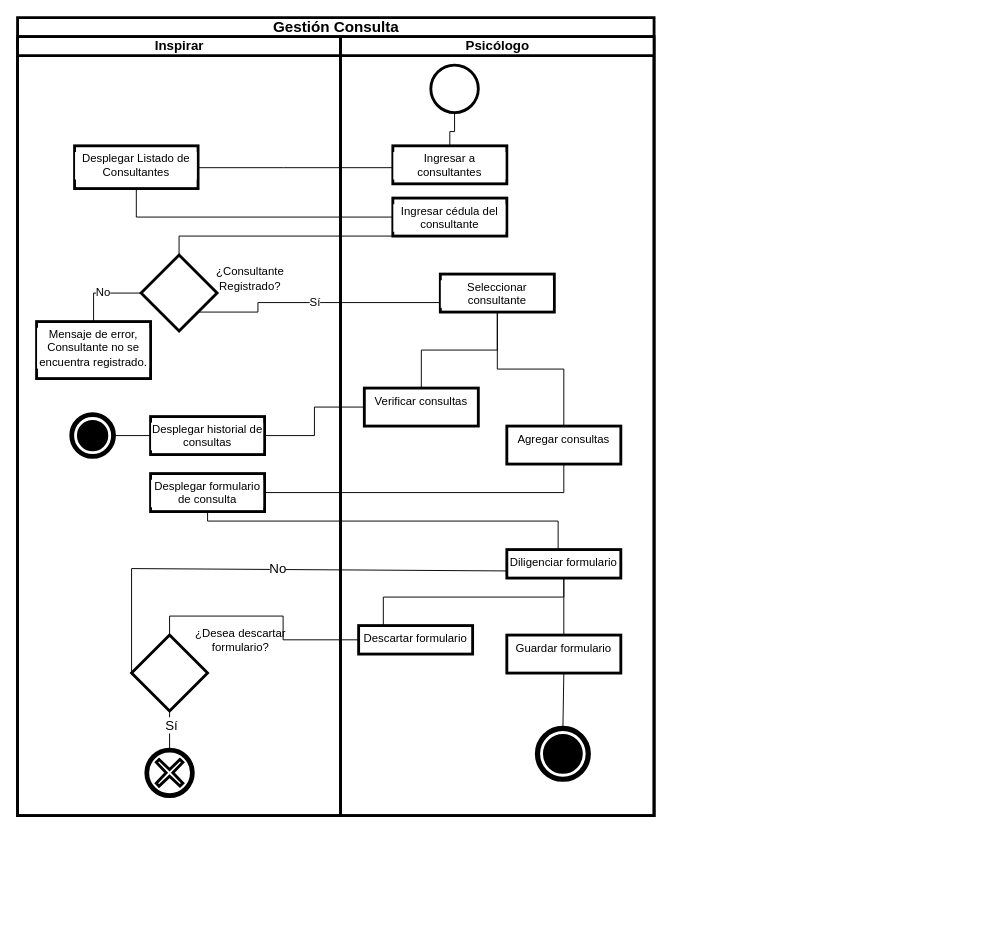
This is page "Diagrama de actividades" (7 of 7) of Diagramas/Untitled Diagram.drawio from MitzyMo/Diagramas, a draw.io file, before an edit. Source tidied: cells renumbered, new cells numbered last; positions are measured from the earlier drawing's top-left corner, leaving out a move shared by most shapes. Both pictures are drawn from the tidied source at 95%, with x=0, y=0 at pixel (17, 17).
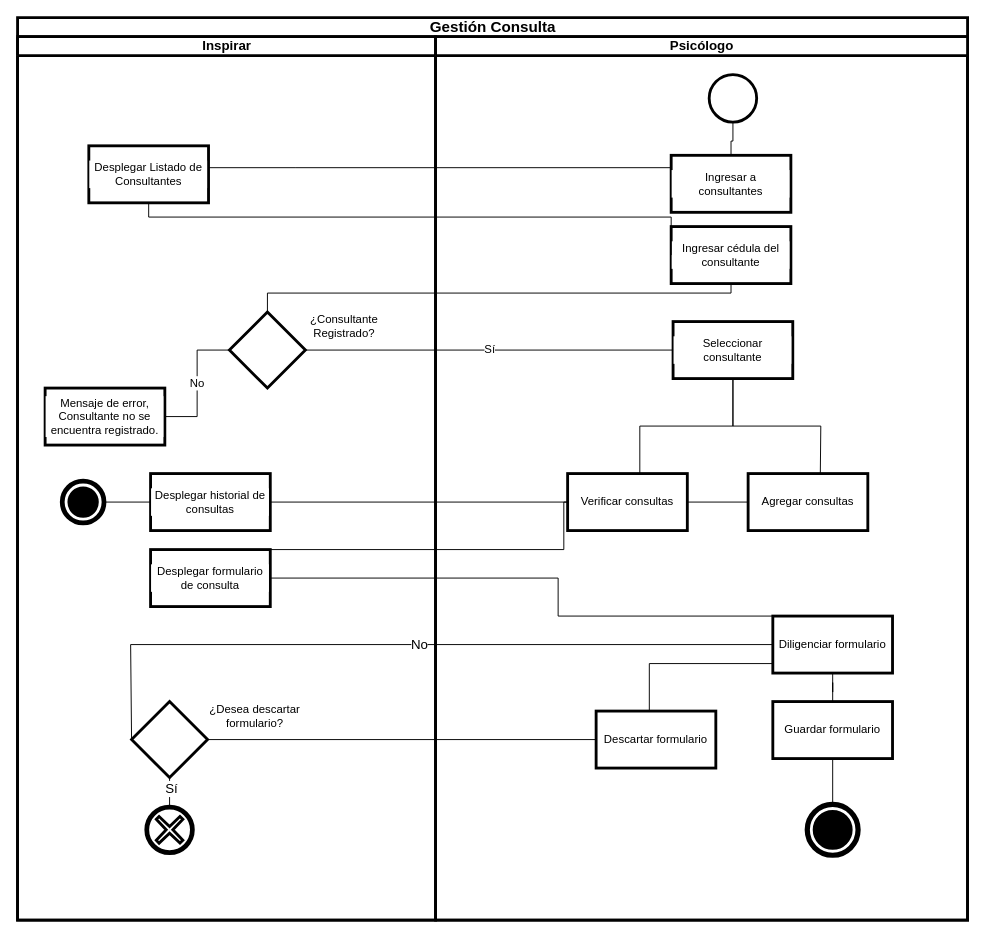
The same page after the edit.

What changed in the source:
```diff
@@
     <mxCell id="2" value="Gestión Consulta" style="swimlane;html=1;startSize=20;fontSize=16;strokeWidth=3;" parent="1" vertex="1">
-      <mxGeometry width="670" height="840" as="geometry" />
+      <mxGeometry width="1000" height="950" as="geometry" />
     </mxCell>
-    <mxCell id="3" style="edgeStyle=orthogonalEdgeStyle;rounded=0;jettySize=auto;html=1;fontSize=12;endArrow=none;endFill=0;" parent="2" edge="1" source="30" target="11">
-      <mxGeometry relative="1" as="geometry">
-        <Array as="points">
-          <mxPoint x="280" y="158" />
-          <mxPoint x="280" y="158" />
-        </Array>
-      </mxGeometry>
-    </mxCell>
-    <mxCell id="4" style="edgeStyle=orthogonalEdgeStyle;rounded=0;jettySize=auto;html=1;fontSize=12;endArrow=none;endFill=0;exitX=0.5;exitY=1;exitDx=0;exitDy=0;entryX=0;entryY=0.5;entryDx=0;entryDy=0;" parent="2" edge="1" source="11" target="31">
-      <mxGeometry relative="1" as="geometry">
-        <Array as="points">
-          <mxPoint x="125" y="210" />
-        </Array>
-      </mxGeometry>
-    </mxCell>
-    <mxCell id="5" style="edgeStyle=orthogonalEdgeStyle;rounded=0;jettySize=auto;html=1;fontSize=12;endArrow=none;endFill=0;entryX=0.5;entryY=0;entryDx=0;entryDy=0;" parent="2" edge="1" source="31" target="13">
-      <mxGeometry relative="1" as="geometry">
-        <Array as="points">
-          <mxPoint x="170" y="230" />
-        </Array>
-      </mxGeometry>
-    </mxCell>
-    <mxCell id="6" value="Sí" style="edgeStyle=orthogonalEdgeStyle;rounded=0;jettySize=auto;html=1;fontSize=12;endArrow=none;endFill=0;" parent="2" edge="1" source="13" target="33">
-      <mxGeometry relative="1" as="geometry">
-        <Array as="points">
-          <mxPoint x="253" y="310" />
-          <mxPoint x="253" y="300" />
-        </Array>
-      </mxGeometry>
-    </mxCell>
-    <mxCell id="7" style="edgeStyle=orthogonalEdgeStyle;rounded=0;jettySize=auto;html=1;fontSize=14;endArrow=none;endFill=0;" parent="2" edge="1" source="35" target="17">
+    <mxCell id="7" style="edgeStyle=orthogonalEdgeStyle;rounded=0;jettySize=auto;html=1;fontSize=14;endArrow=none;endFill=0;align=center;verticalAlign=middle;" parent="2" edge="1" source="35" target="17">
       <mxGeometry relative="1" as="geometry" />
     </mxCell>
-    <mxCell id="8" style="edgeStyle=orthogonalEdgeStyle;rounded=0;jettySize=auto;html=1;fontSize=14;endArrow=none;endFill=0;" parent="2" edge="1" source="36" target="20">
+    <mxCell id="8" style="edgeStyle=orthogonalEdgeStyle;rounded=0;jettySize=auto;html=1;fontSize=14;endArrow=none;endFill=0;align=center;verticalAlign=middle;" parent="2" edge="1" source="36" target="20">
       <mxGeometry relative="1" as="geometry">
         <Array as="points">
-          <mxPoint x="575" y="500" />
+          <mxPoint x="575" y="560" />
         </Array>
       </mxGeometry>
     </mxCell>
-    <mxCell id="9" style="edgeStyle=orthogonalEdgeStyle;rounded=0;jettySize=auto;html=1;fontSize=14;endArrow=none;endFill=0;entryX=0.5;entryY=0;entryDx=0;entryDy=0;" parent="2" edge="1" source="20" target="39">
+    <mxCell id="9" style="edgeStyle=orthogonalEdgeStyle;rounded=0;jettySize=auto;html=1;fontSize=14;endArrow=none;endFill=0;entryX=0.5;entryY=0;entryDx=0;entryDy=0;align=center;verticalAlign=middle;" parent="2" edge="1" source="20" target="39">
       <mxGeometry relative="1" as="geometry">
         <Array as="points">
-          <mxPoint x="200" y="530" />
-          <mxPoint x="569" y="530" />
-          <mxPoint x="569" y="560" />
+          <mxPoint x="200" y="590" />
+          <mxPoint x="569" y="590" />
+          <mxPoint x="569" y="620" />
         </Array>
       </mxGeometry>
     </mxCell>
+    <mxCell id="45" style="endArrow=none;html=1;rounded=0;fontSize=14;entryX=0;entryY=0.5;entryDx=0;entryDy=0;exitX=0;exitY=0.5;exitDx=0;exitDy=0;align=center;verticalAlign=middle;" parent="2" edge="1" source="22" target="39">
+      <mxGeometry relative="1" as="geometry">
+        <Array as="points">
+          <mxPoint x="119" y="660" />
+        </Array>
+      </mxGeometry>
+    </mxCell>
+    <mxCell id="46" value="No" style="edgeLabel;html=1;align=center;verticalAlign=middle;fontSize=14;" parent="45" vertex="1">
+      <mxGeometry x="0.04" y="1" relative="1" as="geometry" />
+    </mxCell>
     <mxCell id="10" value="Inspirar" style="swimlane;html=1;startSize=20;fontSize=14;strokeWidth=3;" parent="2" vertex="1">
-      <mxGeometry y="20" width="340" height="820" as="geometry" />
+      <mxGeometry y="20" width="440" height="930" as="geometry" />
     </mxCell>
-    <mxCell id="11" value="Desplegar Listado de Consultantes" style="whiteSpace=wrap;html=1;fontSize=12;verticalAlign=top;labelBackgroundColor=#ffffff;strokeWidth=3;" parent="10" vertex="1">
-      <mxGeometry x="60" y="115" width="130" height="45" as="geometry" />
+    <mxCell id="11" value="Desplegar Listado de Consultantes" style="whiteSpace=wrap;html=1;fontSize=12;verticalAlign=middle;labelBackgroundColor=#ffffff;strokeWidth=3;align=center;" parent="10" vertex="1">
+      <mxGeometry x="75" y="115" width="126" height="60" as="geometry" />
     </mxCell>
-    <mxCell id="12" value="No" style="edgeStyle=orthogonalEdgeStyle;rounded=0;jettySize=auto;html=1;fontSize=12;endArrow=none;endFill=0;exitX=0;exitY=0.5;exitDx=0;exitDy=0;" parent="10" edge="1" source="13" target="14">
+    <mxCell id="12" value="No" style="edgeStyle=orthogonalEdgeStyle;rounded=0;jettySize=auto;html=1;fontSize=12;endArrow=none;endFill=0;exitX=0;exitY=0.5;exitDx=0;exitDy=0;align=center;verticalAlign=middle;" parent="10" edge="1" source="13" target="14">
       <mxGeometry relative="1" as="geometry" />
     </mxCell>
-    <mxCell id="13" style="rhombus;whiteSpace=wrap;html=1;fontSize=12;verticalAlign=top;labelBackgroundColor=#ffffff;strokeWidth=3;" parent="10" vertex="1">
-      <mxGeometry x="130" y="230" width="80" height="80" as="geometry" />
+    <mxCell id="13" style="rhombus;whiteSpace=wrap;html=1;fontSize=12;verticalAlign=middle;labelBackgroundColor=#ffffff;strokeWidth=3;align=center;" parent="10" vertex="1">
+      <mxGeometry x="223" y="290" width="80" height="80" as="geometry" />
     </mxCell>
-    <mxCell id="14" value="Mensaje de error, Consultante no se encuentra registrado." style="whiteSpace=wrap;html=1;fontSize=12;verticalAlign=top;labelBackgroundColor=#ffffff;strokeWidth=3;" parent="10" vertex="1">
-      <mxGeometry x="20" y="300" width="120" height="60" as="geometry" />
+    <mxCell id="14" value="Mensaje de error, Consultante no se encuentra registrado." style="whiteSpace=wrap;html=1;fontSize=12;verticalAlign=middle;labelBackgroundColor=#ffffff;strokeWidth=3;align=center;" parent="10" vertex="1">
+      <mxGeometry x="29" y="370" width="126" height="60" as="geometry" />
     </mxCell>
     <mxCell id="15" value="¿Consultante Registrado?" style="text;html=1;strokeColor=none;fillColor=none;align=center;verticalAlign=middle;whiteSpace=wrap;rounded=0;labelBackgroundColor=none;fontSize=12;" parent="10" vertex="1">
-      <mxGeometry x="200" y="240" width="90" height="30" as="geometry" />
+      <mxGeometry x="299" y="290" width="90" height="30" as="geometry" />
     </mxCell>
-    <mxCell id="16" style="edgeStyle=orthogonalEdgeStyle;rounded=0;orthogonalLoop=1;jettySize=auto;html=1;exitX=0.5;exitY=1;exitDx=0;exitDy=0;fontSize=14;endArrow=none;endFill=0;" parent="10" edge="1" source="11" target="11">
+    <mxCell id="16" style="edgeStyle=orthogonalEdgeStyle;rounded=0;orthogonalLoop=1;jettySize=auto;html=1;exitX=0.5;exitY=1;exitDx=0;exitDy=0;fontSize=14;endArrow=none;endFill=0;align=center;verticalAlign=middle;" parent="10" edge="1" source="11" target="11">
       <mxGeometry relative="1" as="geometry" />
     </mxCell>
-    <mxCell id="17" value="Desplegar historial de consultas" style="whiteSpace=wrap;html=1;verticalAlign=top;labelBackgroundColor=#ffffff;strokeWidth=3;" parent="10" vertex="1">
-      <mxGeometry x="140" y="400" width="120" height="40" as="geometry" />
+    <mxCell id="17" value="Desplegar historial de consultas" style="whiteSpace=wrap;html=1;verticalAlign=middle;labelBackgroundColor=#ffffff;strokeWidth=3;align=center;" parent="10" vertex="1">
+      <mxGeometry x="140" y="460" width="126" height="60" as="geometry" />
     </mxCell>
-    <mxCell id="18" style="points=[[0.145,0.145,0],[0.5,0,0],[0.855,0.145,0],[1,0.5,0],[0.855,0.855,0],[0.5,1,0],[0.145,0.855,0],[0,0.5,0]];shape=mxgraph.bpmn.event;html=1;verticalLabelPosition=bottom;labelBackgroundColor=#ffffff;verticalAlign=top;align=center;perimeter=ellipsePerimeter;outlineConnect=0;outline=end;symbol=terminate;fontSize=14;strokeWidth=3;" parent="10" vertex="1">
-      <mxGeometry x="59" y="400" width="40" height="40" as="geometry" />
+    <mxCell id="18" style="points=[[0.145,0.145,0],[0.5,0,0],[0.855,0.145,0],[1,0.5,0],[0.855,0.855,0],[0.5,1,0],[0.145,0.855,0],[0,0.5,0]];shape=mxgraph.bpmn.event;html=1;verticalLabelPosition=bottom;labelBackgroundColor=#ffffff;verticalAlign=middle;align=center;perimeter=ellipsePerimeter;outlineConnect=0;outline=end;symbol=terminate;fontSize=14;strokeWidth=3;" parent="10" vertex="1">
+      <mxGeometry x="49" y="470" width="40" height="40" as="geometry" />
     </mxCell>
-    <mxCell id="19" style="endArrow=none;html=1;rounded=0;fontSize=14;exitX=0;exitY=0.5;exitDx=0;exitDy=0;entryX=1;entryY=0.5;entryDx=0;entryDy=0;entryPerimeter=0;" parent="10" edge="1" source="17" target="18">
+    <mxCell id="19" style="endArrow=none;html=1;rounded=0;fontSize=14;exitX=0;exitY=0.5;exitDx=0;exitDy=0;entryX=1;entryY=0.5;entryDx=0;entryDy=0;entryPerimeter=0;align=center;verticalAlign=middle;" parent="10" edge="1" source="17" target="18">
       <mxGeometry relative="1" as="geometry" />
     </mxCell>
-    <mxCell id="20" value="Desplegar formulario de consulta" style="whiteSpace=wrap;html=1;verticalAlign=top;labelBackgroundColor=#ffffff;strokeWidth=3;" parent="10" vertex="1">
-      <mxGeometry x="140" y="460" width="120" height="40" as="geometry" />
+    <mxCell id="20" value="Desplegar formulario de consulta" style="whiteSpace=wrap;html=1;verticalAlign=middle;labelBackgroundColor=#ffffff;strokeWidth=3;align=center;" parent="10" vertex="1">
+      <mxGeometry x="140" y="540" width="126" height="60" as="geometry" />
     </mxCell>
     <mxCell id="21" style="points=[[0.145,0.145,0],[0.5,0,0],[0.855,0.145,0],[1,0.5,0],[0.855,0.855,0],[0.5,1,0],[0.145,0.855,0],[0,0.5,0]];shape=mxgraph.bpmn.event;html=1;verticalLabelPosition=bottom;labelBackgroundColor=#ffffff;verticalAlign=top;align=center;perimeter=ellipsePerimeter;outlineConnect=0;outline=boundInt;symbol=cancel;fontSize=14;strokeWidth=3;" parent="10" vertex="1">
-      <mxGeometry x="135" y="750" width="50" height="50" as="geometry" />
+      <mxGeometry x="135" y="810" width="50" height="50" as="geometry" />
     </mxCell>
-    <mxCell id="22" style="rhombus;whiteSpace=wrap;html=1;verticalAlign=top;labelBackgroundColor=#ffffff;strokeWidth=3;" parent="10" vertex="1">
-      <mxGeometry x="120" y="630" width="80" height="80" as="geometry" />
+    <mxCell id="22" style="rhombus;whiteSpace=wrap;html=1;verticalAlign=middle;labelBackgroundColor=#ffffff;strokeWidth=3;align=center;" parent="10" vertex="1">
+      <mxGeometry x="120" y="700" width="80" height="80" as="geometry" />
     </mxCell>
     <mxCell id="23" value="¿Desea descartar formulario?" style="text;html=1;strokeColor=none;fillColor=none;align=center;verticalAlign=middle;whiteSpace=wrap;rounded=0;labelBackgroundColor=none;fontSize=12;" parent="10" vertex="1">
-      <mxGeometry x="180" y="620" width="110" height="30" as="geometry" />
+      <mxGeometry x="195" y="700" width="110" height="30" as="geometry" />
     </mxCell>
@@
-    <mxCell id="26" style="edgeStyle=orthogonalEdgeStyle;rounded=0;jettySize=auto;html=1;fontSize=14;endArrow=none;endFill=0;entryX=0.5;entryY=0;entryDx=0;entryDy=0;" parent="2" edge="1" source="40" target="22">
-      <mxGeometry relative="1" as="geometry" />
-    </mxCell>
     <mxCell id="27" value="Psicólogo" style="swimlane;html=1;startSize=20;fontSize=14;strokeWidth=3;" parent="2" vertex="1">
-      <mxGeometry x="340" y="20" width="330" height="820" as="geometry" />
+      <mxGeometry x="440" y="20" width="560" height="930" as="geometry" />
     </mxCell>
-    <mxCell id="28" style="edgeStyle=orthogonalEdgeStyle;rounded=0;jettySize=auto;html=1;fontSize=12;endArrow=none;endFill=0;" parent="27" edge="1" source="29" target="30">
+    <mxCell id="28" style="edgeStyle=orthogonalEdgeStyle;rounded=0;jettySize=auto;html=1;fontSize=12;endArrow=none;endFill=0;align=center;verticalAlign=middle;" parent="27" edge="1" source="29" target="30">
       <mxGeometry relative="1" as="geometry" />
     </mxCell>
     <mxCell id="29" style="points=[[0.145,0.145,0],[0.5,0,0],[0.855,0.145,0],[1,0.5,0],[0.855,0.855,0],[0.5,1,0],[0.145,0.855,0],[0,0.5,0]];shape=mxgraph.bpmn.event;html=1;verticalLabelPosition=bottom;labelBackgroundColor=#ffffff;verticalAlign=top;align=center;perimeter=ellipsePerimeter;outlineConnect=0;outline=standard;symbol=general;fontSize=12;strokeWidth=3;" parent="27" vertex="1">
-      <mxGeometry x="95" y="30" width="50" height="50" as="geometry" />
+      <mxGeometry x="288" y="40" width="50" height="50" as="geometry" />
     </mxCell>
-    <mxCell id="30" value="Ingresar a consultantes" style="whiteSpace=wrap;html=1;fontSize=12;verticalAlign=top;labelBackgroundColor=#ffffff;strokeWidth=3;" parent="27" vertex="1">
-      <mxGeometry x="55" y="115" width="120" height="40" as="geometry" />
+    <mxCell id="30" value="Ingresar a consultantes" style="whiteSpace=wrap;html=1;fontSize=12;verticalAlign=middle;labelBackgroundColor=#ffffff;strokeWidth=3;align=center;" parent="27" vertex="1">
+      <mxGeometry x="248" y="125" width="126" height="60" as="geometry" />
     </mxCell>
-    <mxCell id="31" value="Ingresar cédula del consultante" style="whiteSpace=wrap;html=1;fontSize=12;verticalAlign=top;labelBackgroundColor=#ffffff;strokeWidth=3;" parent="27" vertex="1">
-      <mxGeometry x="55" y="170" width="120" height="40" as="geometry" />
+    <mxCell id="31" value="Ingresar cédula del consultante" style="whiteSpace=wrap;html=1;fontSize=12;verticalAlign=middle;labelBackgroundColor=#ffffff;strokeWidth=3;align=center;" parent="27" vertex="1">
+      <mxGeometry x="248" y="200" width="126" height="60" as="geometry" />
     </mxCell>
-    <mxCell id="32" style="edgeStyle=orthogonalEdgeStyle;rounded=0;jettySize=auto;html=1;fontSize=14;endArrow=none;endFill=0;" parent="27" edge="1" source="33" target="35">
-      <mxGeometry relative="1" as="geometry" />
+    <mxCell id="32" style="edgeStyle=orthogonalEdgeStyle;rounded=0;jettySize=auto;html=1;fontSize=14;endArrow=none;endFill=0;align=center;verticalAlign=middle;" parent="27" edge="1" source="33">
+      <mxGeometry relative="1" as="geometry">
+        <mxPoint x="215" y="460" as="targetPoint" />
+        <Array as="points">
+          <mxPoint x="313" y="410" />
+          <mxPoint x="215" y="410" />
+        </Array>
+      </mxGeometry>
     </mxCell>
-    <mxCell id="33" value="Seleccionar consultante" style="whiteSpace=wrap;html=1;fontSize=12;verticalAlign=top;labelBackgroundColor=#ffffff;strokeWidth=3;" parent="27" vertex="1">
-      <mxGeometry x="105" y="250" width="120" height="40" as="geometry" />
+    <mxCell id="33" value="Seleccionar consultante" style="whiteSpace=wrap;html=1;fontSize=12;verticalAlign=middle;labelBackgroundColor=#ffffff;strokeWidth=3;align=center;" parent="27" vertex="1">
+      <mxGeometry x="250" y="300" width="126" height="60" as="geometry" />
     </mxCell>
-    <mxCell id="34" style="edgeStyle=orthogonalEdgeStyle;rounded=0;orthogonalLoop=1;jettySize=auto;html=1;exitX=1;exitY=1;exitDx=0;exitDy=0;entryX=1;entryY=0.5;entryDx=0;entryDy=0;fontSize=14;endArrow=none;endFill=0;" parent="27" edge="1" source="30" target="30">
+    <mxCell id="34" style="edgeStyle=orthogonalEdgeStyle;rounded=0;orthogonalLoop=1;jettySize=auto;html=1;exitX=1;exitY=1;exitDx=0;exitDy=0;entryX=1;entryY=0.5;entryDx=0;entryDy=0;fontSize=14;endArrow=none;endFill=0;align=center;verticalAlign=middle;" parent="27" edge="1" source="30" target="30">
       <mxGeometry relative="1" as="geometry" />
     </mxCell>
-    <mxCell id="35" value="Verificar consultas" style="whiteSpace=wrap;html=1;verticalAlign=top;labelBackgroundColor=#ffffff;strokeWidth=3;" parent="27" vertex="1">
-      <mxGeometry x="25" y="370" width="120" height="40" as="geometry" />
+    <mxCell id="35" value="Verificar consultas" style="whiteSpace=wrap;html=1;verticalAlign=middle;labelBackgroundColor=#ffffff;strokeWidth=3;align=center;" parent="27" vertex="1">
+      <mxGeometry x="139" y="460" width="126" height="60" as="geometry" />
     </mxCell>
-    <mxCell id="36" value="Agregar consultas" style="whiteSpace=wrap;html=1;verticalAlign=top;labelBackgroundColor=#ffffff;strokeWidth=3;" parent="27" vertex="1">
-      <mxGeometry x="175" y="410" width="120" height="40" as="geometry" />
+    <mxCell id="36" value="Agregar consultas" style="whiteSpace=wrap;html=1;verticalAlign=middle;labelBackgroundColor=#ffffff;strokeWidth=3;align=center;" parent="27" vertex="1">
+      <mxGeometry x="329" y="460" width="126" height="60" as="geometry" />
     </mxCell>
-    <mxCell id="37" style="edgeStyle=orthogonalEdgeStyle;rounded=0;jettySize=auto;html=1;fontSize=14;endArrow=none;endFill=0;exitX=0.5;exitY=1;exitDx=0;exitDy=0;" parent="27" edge="1" source="33" target="36">
-      <mxGeometry relative="1" as="geometry" />
+    <mxCell id="37" style="edgeStyle=orthogonalEdgeStyle;rounded=0;jettySize=auto;html=1;fontSize=14;endArrow=none;endFill=0;exitX=0.5;exitY=1;exitDx=0;exitDy=0;align=center;verticalAlign=middle;" parent="27" edge="1" source="33">
+      <mxGeometry relative="1" as="geometry">
+        <mxPoint x="405" y="460" as="targetPoint" />
+      </mxGeometry>
     </mxCell>
-    <mxCell id="38" style="edgeStyle=orthogonalEdgeStyle;rounded=0;jettySize=auto;html=1;fontSize=14;endArrow=none;endFill=0;" parent="27" edge="1" source="39" target="40">
+    <mxCell id="38" style="edgeStyle=orthogonalEdgeStyle;rounded=0;jettySize=auto;html=1;fontSize=14;endArrow=none;endFill=0;align=center;verticalAlign=middle;" parent="27" edge="1" source="39" target="40">
       <mxGeometry relative="1" as="geometry">
         <Array as="points">
-          <mxPoint x="235" y="590" />
-          <mxPoint x="45" y="590" />
+          <mxPoint x="415" y="660" />
+          <mxPoint x="225" y="660" />
         </Array>
       </mxGeometry>
     </mxCell>
-    <mxCell id="39" value="Diligenciar formulario" style="whiteSpace=wrap;html=1;verticalAlign=top;labelBackgroundColor=#ffffff;strokeWidth=3;" parent="27" vertex="1">
-      <mxGeometry x="175" y="540" width="120" height="30" as="geometry" />
+    <mxCell id="39" value="Diligenciar formulario" style="whiteSpace=wrap;html=1;verticalAlign=middle;labelBackgroundColor=#ffffff;strokeWidth=3;align=center;" parent="27" vertex="1">
+      <mxGeometry x="355" y="610" width="126" height="60" as="geometry" />
     </mxCell>
-    <mxCell id="40" value="Descartar formulario" style="whiteSpace=wrap;html=1;verticalAlign=top;labelBackgroundColor=#ffffff;strokeWidth=3;" parent="27" vertex="1">
-      <mxGeometry x="19" y="620" width="120" height="30" as="geometry" />
+    <mxCell id="40" value="Descartar formulario" style="whiteSpace=wrap;html=1;verticalAlign=middle;labelBackgroundColor=#ffffff;strokeWidth=3;align=center;" parent="27" vertex="1">
+      <mxGeometry x="169" y="710" width="126" height="60" as="geometry" />
     </mxCell>
-    <mxCell id="41" value="Guardar formulario" style="whiteSpace=wrap;html=1;verticalAlign=top;labelBackgroundColor=#ffffff;strokeWidth=3;" parent="27" vertex="1">
-      <mxGeometry x="175" y="630" width="120" height="40" as="geometry" />
+    <mxCell id="41" value="Guardar formulario" style="whiteSpace=wrap;html=1;verticalAlign=middle;labelBackgroundColor=#ffffff;strokeWidth=3;align=center;" parent="27" vertex="1">
+      <mxGeometry x="355" y="700" width="126" height="60" as="geometry" />
     </mxCell>
-    <mxCell id="42" style="edgeStyle=orthogonalEdgeStyle;rounded=0;jettySize=auto;html=1;fontSize=14;endArrow=none;endFill=0;" parent="27" edge="1" source="39" target="41">
+    <mxCell id="42" style="edgeStyle=orthogonalEdgeStyle;rounded=0;jettySize=auto;html=1;fontSize=14;endArrow=none;endFill=0;align=center;verticalAlign=middle;" parent="27" edge="1" source="39" target="41">
       <mxGeometry relative="1" as="geometry" />
     </mxCell>
     <mxCell id="43" style="points=[[0.145,0.145,0],[0.5,0,0],[0.855,0.145,0],[1,0.5,0],[0.855,0.855,0],[0.5,1,0],[0.145,0.855,0],[0,0.5,0]];shape=mxgraph.bpmn.event;html=1;verticalLabelPosition=bottom;labelBackgroundColor=#ffffff;verticalAlign=top;align=center;perimeter=ellipsePerimeter;outlineConnect=0;outline=end;symbol=terminate;fontSize=14;strokeWidth=3;" parent="27" vertex="1">
-      <mxGeometry x="209" y="730" width="50" height="50" as="geometry" />
+      <mxGeometry x="393" y="810" width="50" height="50" as="geometry" />
     </mxCell>
@@
-    <mxCell id="45" style="endArrow=none;html=1;rounded=0;fontSize=14;entryX=0;entryY=0.75;entryDx=0;entryDy=0;exitX=0;exitY=0.5;exitDx=0;exitDy=0;" parent="2" edge="1" source="22" target="39">
-      <mxGeometry relative="1" as="geometry">
-        <Array as="points">
-          <mxPoint x="120" y="580" />
-        </Array>
-      </mxGeometry>
-    </mxCell>
-    <mxCell id="46" value="No" style="edgeLabel;html=1;align=center;verticalAlign=middle;fontSize=14;" parent="45" vertex="1">
-      <mxGeometry x="0.04" y="1" relative="1" as="geometry" />
-    </mxCell>
+    <mxCell id="47" style="endArrow=none;html=1;rounded=0;fontSize=14;entryX=0;entryY=0.5;entryDx=0;entryDy=0;exitX=1;exitY=0.5;exitDx=0;exitDy=0;" parent="2" edge="1" source="22" target="40">
+      <mxGeometry relative="1" as="geometry" />
+    </mxCell>
+    <mxCell id="3" style="edgeStyle=orthogonalEdgeStyle;rounded=0;jettySize=auto;html=1;fontSize=12;endArrow=none;endFill=0;align=center;verticalAlign=middle;" parent="2" edge="1" source="30" target="11">
+      <mxGeometry relative="1" as="geometry">
+        <Array as="points">
+          <mxPoint x="293" y="158" />
+          <mxPoint x="293" y="158" />
+        </Array>
+      </mxGeometry>
+    </mxCell>
+    <mxCell id="4" style="edgeStyle=orthogonalEdgeStyle;rounded=0;jettySize=auto;html=1;fontSize=12;endArrow=none;endFill=0;exitX=0.5;exitY=1;exitDx=0;exitDy=0;entryX=0;entryY=0.5;entryDx=0;entryDy=0;align=center;verticalAlign=middle;" parent="2" edge="1" source="11" target="31">
+      <mxGeometry relative="1" as="geometry">
+        <Array as="points">
+          <mxPoint x="138" y="210" />
+        </Array>
+      </mxGeometry>
+    </mxCell>
+    <mxCell id="5" style="edgeStyle=orthogonalEdgeStyle;rounded=0;jettySize=auto;html=1;fontSize=12;endArrow=none;endFill=0;entryX=0.5;entryY=0;entryDx=0;entryDy=0;align=center;verticalAlign=middle;" parent="2" edge="1" source="31" target="13">
+      <mxGeometry relative="1" as="geometry">
+        <Array as="points">
+          <mxPoint x="751" y="290" />
+          <mxPoint x="263" y="290" />
+        </Array>
+      </mxGeometry>
+    </mxCell>
+    <mxCell id="6" value="Sí" style="edgeStyle=orthogonalEdgeStyle;rounded=0;jettySize=auto;html=1;fontSize=12;endArrow=none;endFill=0;align=center;verticalAlign=middle;" parent="2" edge="1" source="13" target="33">
+      <mxGeometry relative="1" as="geometry">
+        <Array as="points">
+          <mxPoint x="266" y="370" />
+          <mxPoint x="266" y="360" />
+        </Array>
+      </mxGeometry>
+    </mxCell>
```
